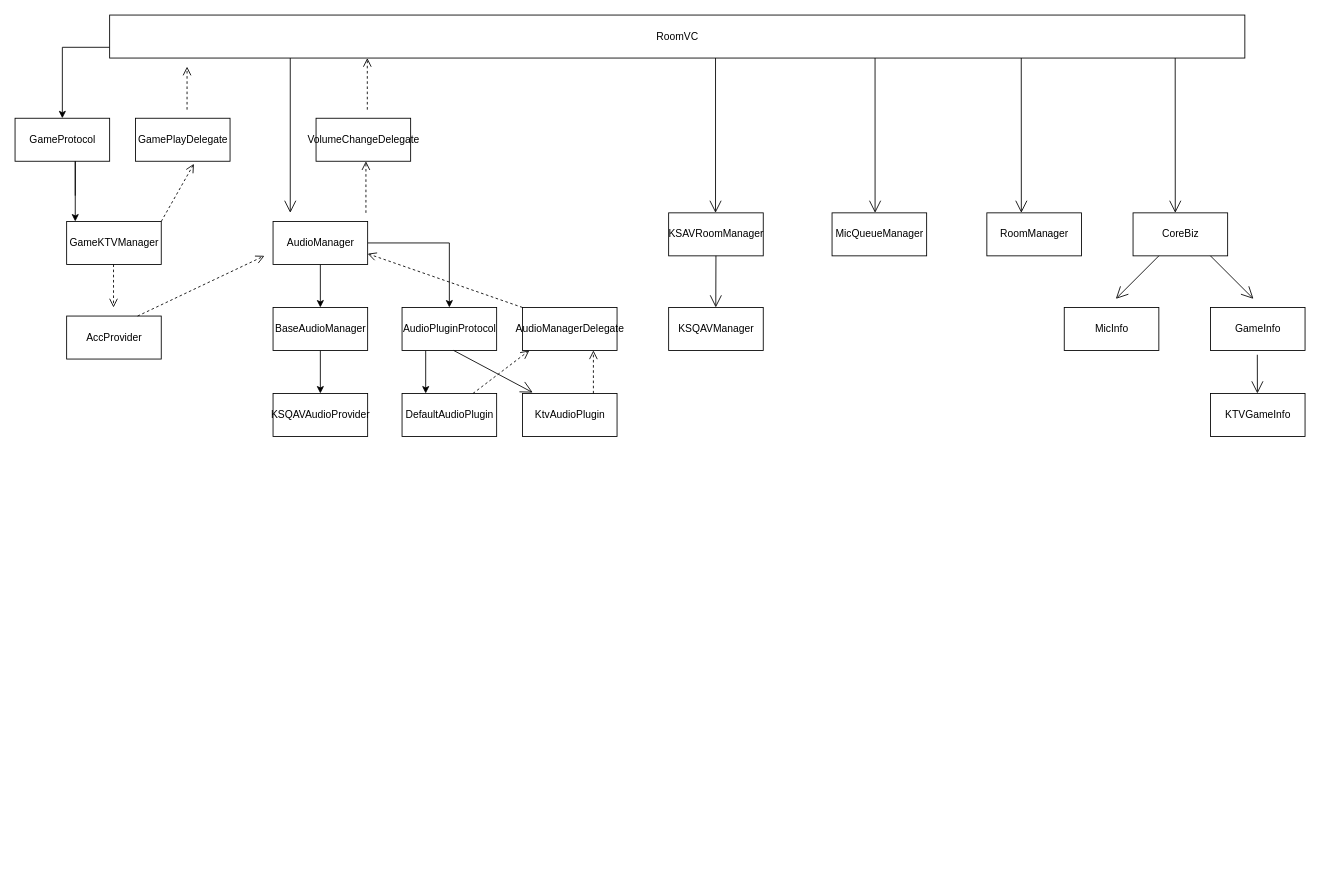
This is KTVRoomFramework.drawio from lixianmao/App, a draw.io file, before an edit. Source tidied: cells renumbered, new cells numbered last; positions are measured from the earlier drawing's top-left corner, leaving out a move shared by most shapes. Both pictures are drawn from the tidied source at 86%, with x=0, y=0 at pixel (15, 15).
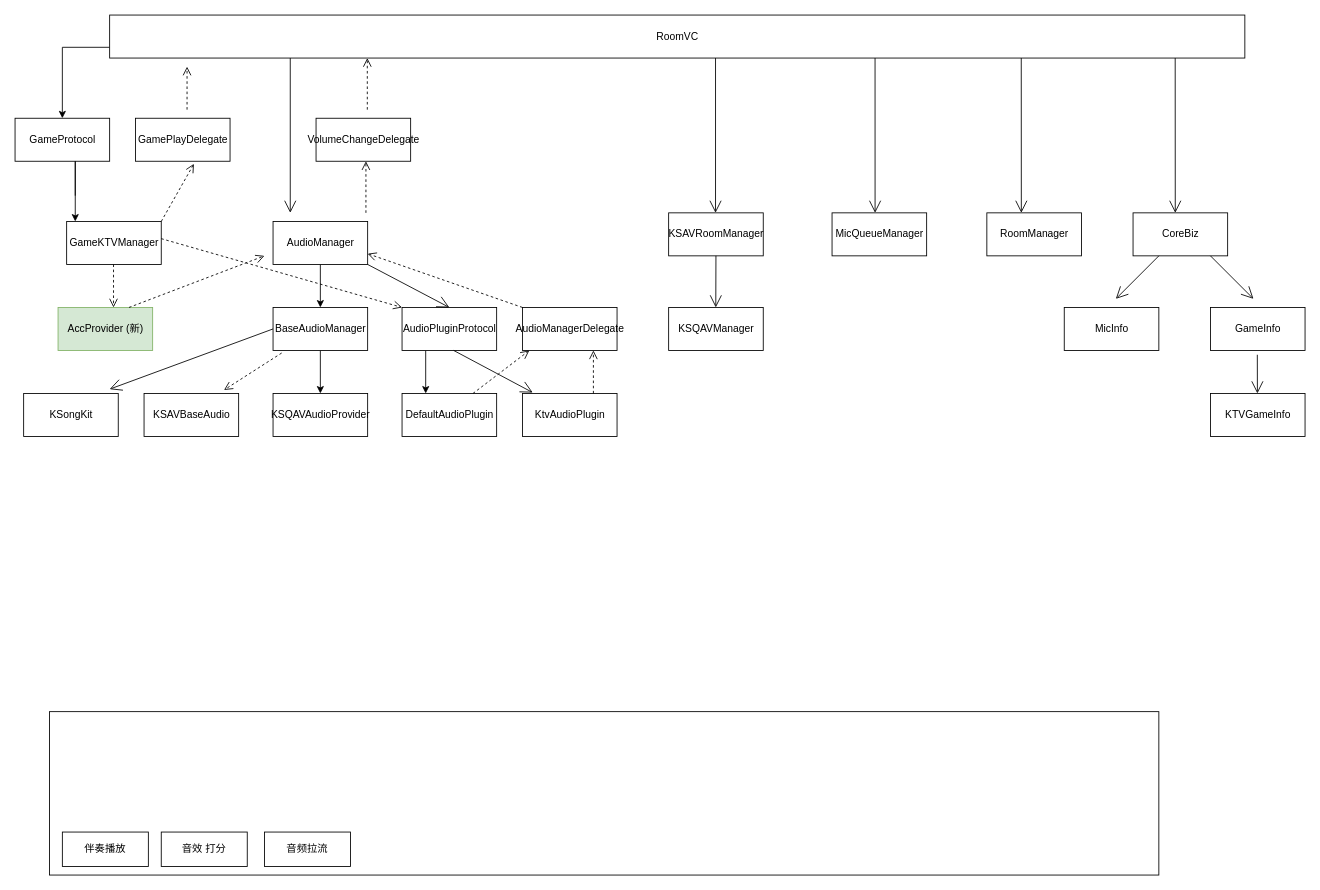
After the change.

The change refers to these unchanged cells:
```xml
<mxCell id="10" value="AudioPluginProtocol" style="html=1;" parent="1" vertex="1">
  <mxGeometry x="450" y="340" width="110" height="50" as="geometry" />
</mxCell>
<mxCell id="17" value="AudioManager" style="html=1;" parent="1" vertex="1">
  <mxGeometry x="300" y="240" width="110" height="50" as="geometry" />
</mxCell>
<mxCell id="24" value="BaseAudioManager" style="html=1;" parent="1" vertex="1">
  <mxGeometry x="300" y="340" width="110" height="50" as="geometry" />
</mxCell>
```

The edit, as a diff of the source:
```diff
@@
-    <mxCell id="16" style="edgeStyle=orthogonalEdgeStyle;rounded=0;jettySize=auto;html=1;exitX=1;exitY=0.5;exitDx=0;exitDy=0;" parent="1" edge="1" source="17" target="10">
-      <mxGeometry relative="1" as="geometry" />
-    </mxCell>
@@
-    <mxCell id="40" value="AccProvider" style="html=1;" parent="1" vertex="1">
-      <mxGeometry x="60" y="350" width="110" height="50" as="geometry" />
+    <mxCell id="40" value="AccProvider (新)" style="html=1;fillColor=#d5e8d4;strokeColor=#82b366;" parent="1" vertex="1">
+      <mxGeometry x="50" y="340" width="110" height="50" as="geometry" />
     </mxCell>
-    <mxCell id="41" style="html=1;verticalAlign=bottom;endArrow=open;dashed=1;endSize=8;entryX=0.618;entryY=1.06;entryDx=0;entryDy=0;entryPerimeter=0;" parent="1" edge="1">
+    <mxCell id="41" style="html=1;verticalAlign=bottom;endArrow=open;dashed=1;endSize=8;entryX=0.618;entryY=1.06;entryDx=0;entryDy=0;entryPerimeter=0;fillColor=#f8cecc;" parent="1" edge="1">
       <mxGeometry y="50" relative="1" as="geometry">
         <mxPoint x="114.5" y="290" as="sourcePoint" />
         <mxPoint x="114.5" y="340" as="targetPoint" />
       </mxGeometry>
     </mxCell>
@@
+    <mxCell id="48" style="html=1;verticalAlign=bottom;endArrow=open;dashed=1;endSize=8;exitX=0.75;exitY=0;exitDx=0;exitDy=0;entryX=0;entryY=0;entryDx=0;entryDy=0;" parent="1" edge="1" target="10">
+      <mxGeometry y="50" relative="1" as="geometry">
+        <mxPoint x="170" y="260" as="sourcePoint" />
+      </mxGeometry>
+    </mxCell>
+    <mxCell id="49" style="rounded=0;whiteSpace=wrap;html=1;" parent="1" vertex="1">
+      <mxGeometry x="40" y="810" width="1290" height="190" as="geometry" />
+    </mxCell>
+    <mxCell id="50" value="伴奏播放" style="rounded=0;whiteSpace=wrap;html=1;" parent="1" vertex="1">
+      <mxGeometry x="55" y="950" width="100" height="40" as="geometry" />
+    </mxCell>
+    <mxCell id="51" value="音频拉流" style="rounded=0;whiteSpace=wrap;html=1;" parent="1" vertex="1">
+      <mxGeometry x="290" y="950" width="100" height="40" as="geometry" />
+    </mxCell>
+    <mxCell id="52" value="KSAVBaseAudio" style="html=1;" parent="1" vertex="1">
+      <mxGeometry x="150" y="440" width="110" height="50" as="geometry" />
+    </mxCell>
+    <mxCell id="53" style="html=1;verticalAlign=bottom;endArrow=open;dashed=1;endSize=8;entryX=0.845;entryY=-0.08;entryDx=0;entryDy=0;entryPerimeter=0;exitX=0.091;exitY=1.06;exitDx=0;exitDy=0;exitPerimeter=0;" parent="1" edge="1" source="24" target="52">
+      <mxGeometry y="50" relative="1" as="geometry" />
+    </mxCell>
+    <mxCell id="54" value="KSongKit" style="html=1;" parent="1" vertex="1">
+      <mxGeometry x="10" y="440" width="110" height="50" as="geometry" />
+    </mxCell>
+    <mxCell id="55" value="音效 打分" style="rounded=0;whiteSpace=wrap;html=1;" parent="1" vertex="1">
+      <mxGeometry x="170" y="950" width="100" height="40" as="geometry" />
+    </mxCell>
+    <mxCell id="16" style="endArrow=open;endFill=1;endSize=12;html=1;exitX=1;exitY=1;exitDx=0;exitDy=0;entryX=0.5;entryY=0;entryDx=0;entryDy=0;" parent="1" edge="1" source="17" target="10">
+      <mxGeometry relative="1" as="geometry" />
+    </mxCell>
+    <mxCell id="56" style="endArrow=open;endFill=1;endSize=12;html=1;exitX=0;exitY=0.5;exitDx=0;exitDy=0;entryX=0.909;entryY=-0.1;entryDx=0;entryDy=0;entryPerimeter=0;" parent="1" edge="1" source="24" target="54">
+      <mxGeometry relative="1" as="geometry" />
+    </mxCell>
```
